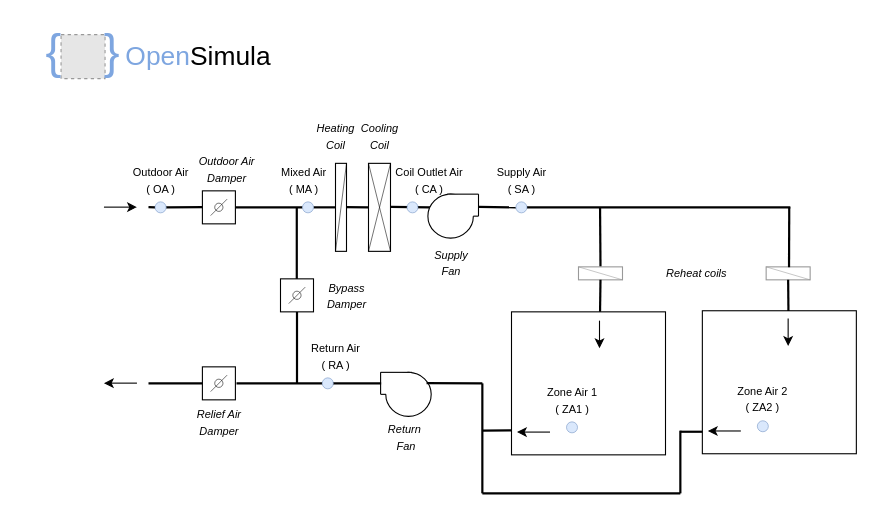
The draw.io diagram mkdocs/draws/HVAC_MZW_system.drawio in jfCoronel/OpenSimula, before the edit. Source tidied: cells renumbered, new cells numbered last; positions are measured from the earlier drawing's top-left corner, leaving out a move shared by most shapes. Both pictures are drawn from the tidied source at 110%, with x=0, y=0 at pixel (19, 19). Pictures stored in the file or linked from it are replaced by grey dashed boxes.
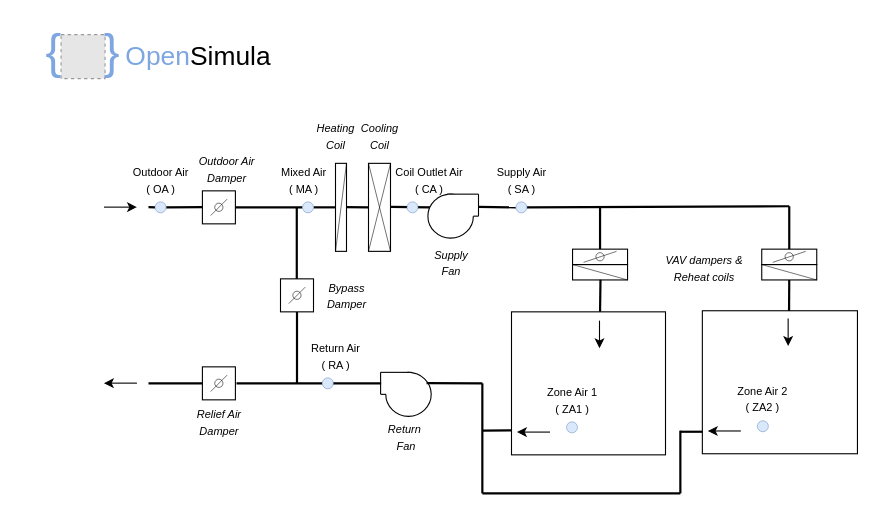
Above is the later version.

Unchanged cells that the change refers to:
```xml
<mxCell id="56" style="ellipse;whiteSpace=wrap;html=1;strokeWidth=0.5;fillColor=#dae8fc;strokeColor=#6c8ebf;" parent="1" vertex="1">
  <mxGeometry x="451.5" y="166" width="10" height="10" as="geometry" />
</mxCell>
```

What changed in the source:
```diff
@@
+    <mxCell id="94" style="rounded=0;whiteSpace=wrap;html=1;fillColor=none;" parent="1" vertex="1">
+      <mxGeometry x="675" y="223" width="50" height="14" as="geometry" />
+    </mxCell>
@@
     <mxCell id="18" style="rounded=0;whiteSpace=wrap;html=1;" parent="1" vertex="1">
-      <mxGeometry x="621" y="265" width="140" height="130" as="geometry" />
+      <mxGeometry x="621" y="265" width="141" height="130" as="geometry" />
     </mxCell>
@@
     <mxCell id="31" style="endArrow=none;html=1;rounded=0;exitX=1;exitY=0.5;exitDx=0;exitDy=0;strokeWidth=2;" parent="1" edge="1" source="56">
       <mxGeometry relative="1" as="geometry">
-        <mxPoint x="701" y="171" as="targetPoint" />
+        <mxPoint x="700" y="170" as="targetPoint" />
       </mxGeometry>
     </mxCell>
-    <mxCell id="32" style="endArrow=none;html=1;rounded=0;strokeWidth=2;entryX=0;entryY=0.5;entryDx=0;entryDy=0;" parent="1" edge="1" target="81">
+    <mxCell id="32" style="endArrow=none;html=1;rounded=0;strokeWidth=2;entryX=0.5;entryY=0;entryDx=0;entryDy=0;" parent="1" edge="1" target="105">
       <mxGeometry relative="1" as="geometry">
         <mxPoint x="528" y="171" as="sourcePoint" />
       </mxGeometry>
     </mxCell>
@@
-    <mxCell id="81" style="rounded=0;whiteSpace=wrap;html=1;rotation=90;strokeColor=#999999;" parent="1" vertex="1">
-      <mxGeometry x="522.5" y="211" width="11.8" height="40" as="geometry" />
-    </mxCell>
-    <mxCell id="82" style="endArrow=none;html=1;rounded=0;entryX=1;entryY=0;entryDx=0;entryDy=0;exitX=0;exitY=1;exitDx=0;exitDy=0;strokeWidth=0.5;strokeColor=#999999;" parent="1" edge="1" source="81" target="81">
-      <mxGeometry relative="1" as="geometry" />
-    </mxCell>
-    <mxCell id="83" style="rounded=0;whiteSpace=wrap;html=1;rotation=90;strokeColor=#999999;" parent="1" vertex="1">
-      <mxGeometry x="693.1" y="211" width="11.8" height="40" as="geometry" />
-    </mxCell>
-    <mxCell id="84" style="endArrow=none;html=1;rounded=0;entryX=1;entryY=0;entryDx=0;entryDy=0;exitX=0;exitY=1;exitDx=0;exitDy=0;strokeWidth=0.5;strokeColor=#999999;" parent="1" edge="1" source="83" target="83">
-      <mxGeometry relative="1" as="geometry" />
-    </mxCell>
-    <mxCell id="85" style="endArrow=none;html=1;rounded=0;strokeWidth=2;exitX=1;exitY=0.5;exitDx=0;exitDy=0;" parent="1" edge="1" source="81">
+    <mxCell id="85" style="endArrow=none;html=1;rounded=0;strokeWidth=2;exitX=1;exitY=0.5;exitDx=0;exitDy=0;" parent="1" edge="1">
       <mxGeometry relative="1" as="geometry">
+        <mxPoint x="528.4" y="236.9" as="sourcePoint" />
         <mxPoint x="528" y="266" as="targetPoint" />
       </mxGeometry>
     </mxCell>
-    <mxCell id="86" style="endArrow=none;html=1;rounded=0;strokeWidth=2;entryX=0.028;entryY=0.455;entryDx=0;entryDy=0;entryPerimeter=0;" parent="1" edge="1">
-      <mxGeometry relative="1" as="geometry">
-        <mxPoint x="700" y="171" as="sourcePoint" />
-        <mxPoint x="699.8" y="225.4" as="targetPoint" />
-      </mxGeometry>
-    </mxCell>
-    <mxCell id="87" style="endArrow=none;html=1;rounded=0;strokeWidth=2;entryX=0.559;entryY=0.002;entryDx=0;entryDy=0;exitX=1;exitY=0.5;exitDx=0;exitDy=0;entryPerimeter=0;" parent="1" edge="1" source="83" target="18">
+    <mxCell id="87" style="endArrow=none;html=1;rounded=0;strokeWidth=2;entryX=0.559;entryY=0.002;entryDx=0;entryDy=0;entryPerimeter=0;exitX=0.5;exitY=1;exitDx=0;exitDy=0;" parent="1" edge="1" source="94" target="18">
       <mxGeometry relative="1" as="geometry" />
     </mxCell>
@@
-    <mxCell id="93" value="&lt;span style=&quot;font-size: 10px;&quot;&gt;Reheat coils&lt;/span&gt;" style="text;strokeColor=none;align=center;fillColor=none;html=1;verticalAlign=middle;whiteSpace=wrap;rounded=0;fontStyle=2;" parent="1" vertex="1">
-      <mxGeometry x="586" y="216" width="60" height="30" as="geometry" />
+    <mxCell id="93" value="&lt;span style=&quot;font-size: 10px;&quot;&gt;VAV dampers &amp;amp;&lt;/span&gt;&lt;div&gt;&lt;span style=&quot;font-size: 10px;&quot;&gt;Reheat coils&lt;/span&gt;&lt;/div&gt;" style="text;strokeColor=none;align=center;fillColor=none;html=1;verticalAlign=middle;whiteSpace=wrap;rounded=0;fontStyle=2;" parent="1" vertex="1">
+      <mxGeometry x="586" y="211" width="74" height="30" as="geometry" />
     </mxCell>
+    <mxCell id="95" style="group;" parent="1" vertex="1">
+      <mxGeometry x="675" y="209" width="50" height="14" as="geometry" />
+    </mxCell>
+    <mxCell id="96" style="ellipse;whiteSpace=wrap;html=1;strokeWidth=0.5;" parent="95" vertex="1">
+      <mxGeometry x="21.2" y="3.2" width="7.5" height="7.5" as="geometry" />
+    </mxCell>
+    <mxCell id="97" style="endArrow=none;html=1;rounded=0;strokeWidth=0.5;" parent="95" edge="1">
+      <mxGeometry relative="1" as="geometry">
+        <mxPoint x="10" y="12" as="sourcePoint" />
+        <mxPoint x="40" y="2" as="targetPoint" />
+      </mxGeometry>
+    </mxCell>
+    <mxCell id="98" style="rounded=0;whiteSpace=wrap;html=1;fillColor=none;" parent="95" vertex="1">
+      <mxGeometry width="50" height="14" as="geometry" />
+    </mxCell>
+    <mxCell id="99" style="endArrow=none;html=1;rounded=0;strokeWidth=0.5;entryX=1;entryY=1;entryDx=0;entryDy=0;exitX=0;exitY=0;exitDx=0;exitDy=0;" parent="1" edge="1" source="94" target="94">
+      <mxGeometry relative="1" as="geometry" />
+    </mxCell>
+    <mxCell id="100" style="endArrow=none;html=1;rounded=0;exitX=0.5;exitY=0;exitDx=0;exitDy=0;strokeWidth=2;" parent="1" edge="1" source="98">
+      <mxGeometry relative="1" as="geometry">
+        <mxPoint x="700" y="170" as="targetPoint" />
+      </mxGeometry>
+    </mxCell>
+    <mxCell id="101" style="rounded=0;whiteSpace=wrap;html=1;fillColor=none;" parent="1" vertex="1">
+      <mxGeometry x="503" y="223" width="50" height="14" as="geometry" />
+    </mxCell>
+    <mxCell id="102" style="group;" parent="1" vertex="1">
+      <mxGeometry x="503" y="209" width="50" height="14" as="geometry" />
+    </mxCell>
+    <mxCell id="103" style="ellipse;whiteSpace=wrap;html=1;strokeWidth=0.5;" parent="102" vertex="1">
+      <mxGeometry x="21.2" y="3.2" width="7.5" height="7.5" as="geometry" />
+    </mxCell>
+    <mxCell id="104" style="endArrow=none;html=1;rounded=0;strokeWidth=0.5;" parent="102" edge="1">
+      <mxGeometry relative="1" as="geometry">
+        <mxPoint x="10" y="12" as="sourcePoint" />
+        <mxPoint x="40" y="2" as="targetPoint" />
+      </mxGeometry>
+    </mxCell>
+    <mxCell id="105" style="rounded=0;whiteSpace=wrap;html=1;fillColor=none;" parent="102" vertex="1">
+      <mxGeometry width="50" height="14" as="geometry" />
+    </mxCell>
+    <mxCell id="106" style="endArrow=none;html=1;rounded=0;strokeWidth=0.5;entryX=1;entryY=1;entryDx=0;entryDy=0;exitX=0;exitY=0;exitDx=0;exitDy=0;" parent="1" edge="1" source="101" target="101">
+      <mxGeometry relative="1" as="geometry" />
+    </mxCell>
```
